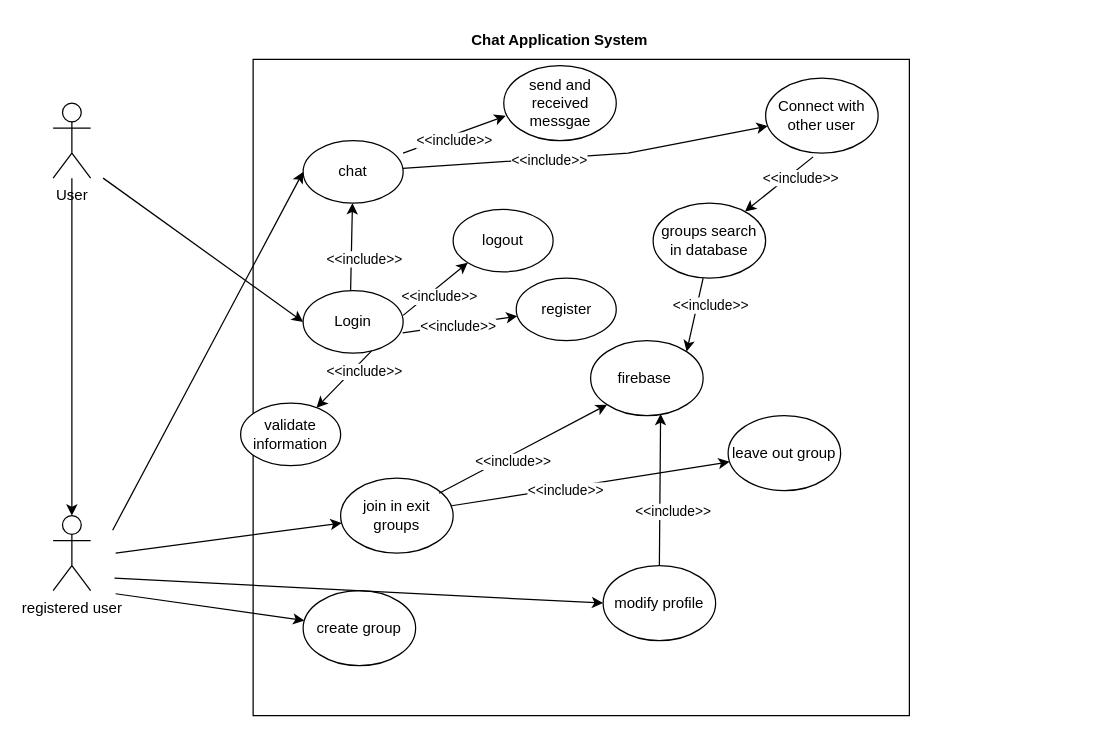
Above: page "Use-case diagram" (1 of 3) of showcase_structure/Data Structure Diagram.drawio in Thiennguyen21it/Tmess (draw.io), before the change. Source tidied: cells renumbered, new cells numbered last; positions are measured from the earlier drawing's top-left corner, leaving out a move shared by most shapes. Both pictures are drawn from the tidied source at 125%, with x=0, y=0 at pixel (52, 21).
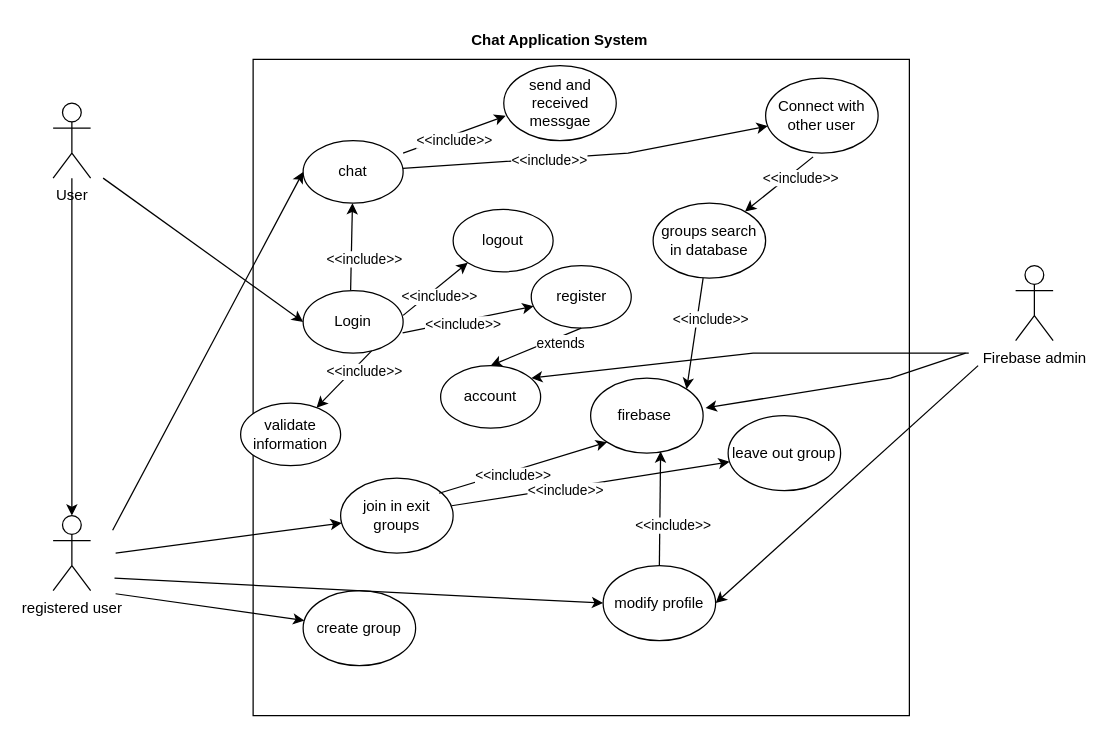
After the change.

Unchanged cells that the change refers to:
```xml
<mxCell id="12" value="modify profile" style="ellipse;whiteSpace=wrap;html=1;" parent="1" vertex="1">
  <mxGeometry x="440" y="435" width="90" height="60" as="geometry" />
</mxCell>
```

Change to the diagram source:
```diff
@@
     <mxCell id="13" value="firebase&amp;nbsp;" style="ellipse;whiteSpace=wrap;html=1;" parent="1" vertex="1">
-      <mxGeometry x="430" y="255" width="90" height="60" as="geometry" />
+      <mxGeometry x="430" y="285" width="90" height="60" as="geometry" />
     </mxCell>
@@
     <mxCell id="42" value="register" style="ellipse;whiteSpace=wrap;html=1;" parent="1" vertex="1">
-      <mxGeometry x="370.5" y="205" width="80" height="50" as="geometry" />
+      <mxGeometry x="382.5" y="195" width="80" height="50" as="geometry" />
     </mxCell>
@@
+    <mxCell id="47" value="Firebase admin" style="shape=umlActor;verticalLabelPosition=bottom;verticalAlign=top;html=1;" parent="1" vertex="1">
+      <mxGeometry x="770" y="195" width="30" height="60" as="geometry" />
+    </mxCell>
+    <mxCell id="48" value="account" style="ellipse;whiteSpace=wrap;html=1;" parent="1" vertex="1">
+      <mxGeometry x="310" y="275" width="80" height="50" as="geometry" />
+    </mxCell>
+    <mxCell id="49" style="endArrow=classic;html=1;rounded=0;exitX=0.5;exitY=1;exitDx=0;exitDy=0;entryX=0.5;entryY=0;entryDx=0;entryDy=0;" parent="1" edge="1" source="42" target="48">
+      <mxGeometry relative="1" as="geometry" />
+    </mxCell>
+    <mxCell id="50" value="extends" style="edgeLabel;html=1;align=center;verticalAlign=middle;" parent="49" vertex="1">
+      <mxGeometry x="-0.27" relative="1" as="geometry">
+        <mxPoint x="10" as="offset" />
+      </mxGeometry>
+    </mxCell>
+    <mxCell id="51" style="endArrow=classic;html=1;rounded=0;entryX=1.022;entryY=0.397;entryDx=0;entryDy=0;entryPerimeter=0;" parent="1" edge="1" target="13">
+      <mxGeometry relative="1" as="geometry">
+        <mxPoint x="730" y="265" as="sourcePoint" />
+        <Array as="points">
+          <mxPoint x="670" y="285" />
+        </Array>
+      </mxGeometry>
+    </mxCell>
+    <mxCell id="52" style="endArrow=classic;html=1;rounded=0;entryX=1;entryY=0.5;entryDx=0;entryDy=0;" parent="1" edge="1" target="12">
+      <mxGeometry relative="1" as="geometry">
+        <mxPoint x="740" y="275" as="sourcePoint" />
+      </mxGeometry>
+    </mxCell>
+    <mxCell id="53" style="endArrow=classic;html=1;rounded=0;" parent="1" edge="1">
+      <mxGeometry relative="1" as="geometry">
+        <mxPoint x="732.5" y="265" as="sourcePoint" />
+        <mxPoint x="382.5" y="285" as="targetPoint" />
+        <Array as="points">
+          <mxPoint x="560" y="265" />
+          <mxPoint x="382.5" y="285" />
+        </Array>
+      </mxGeometry>
+    </mxCell>
```
